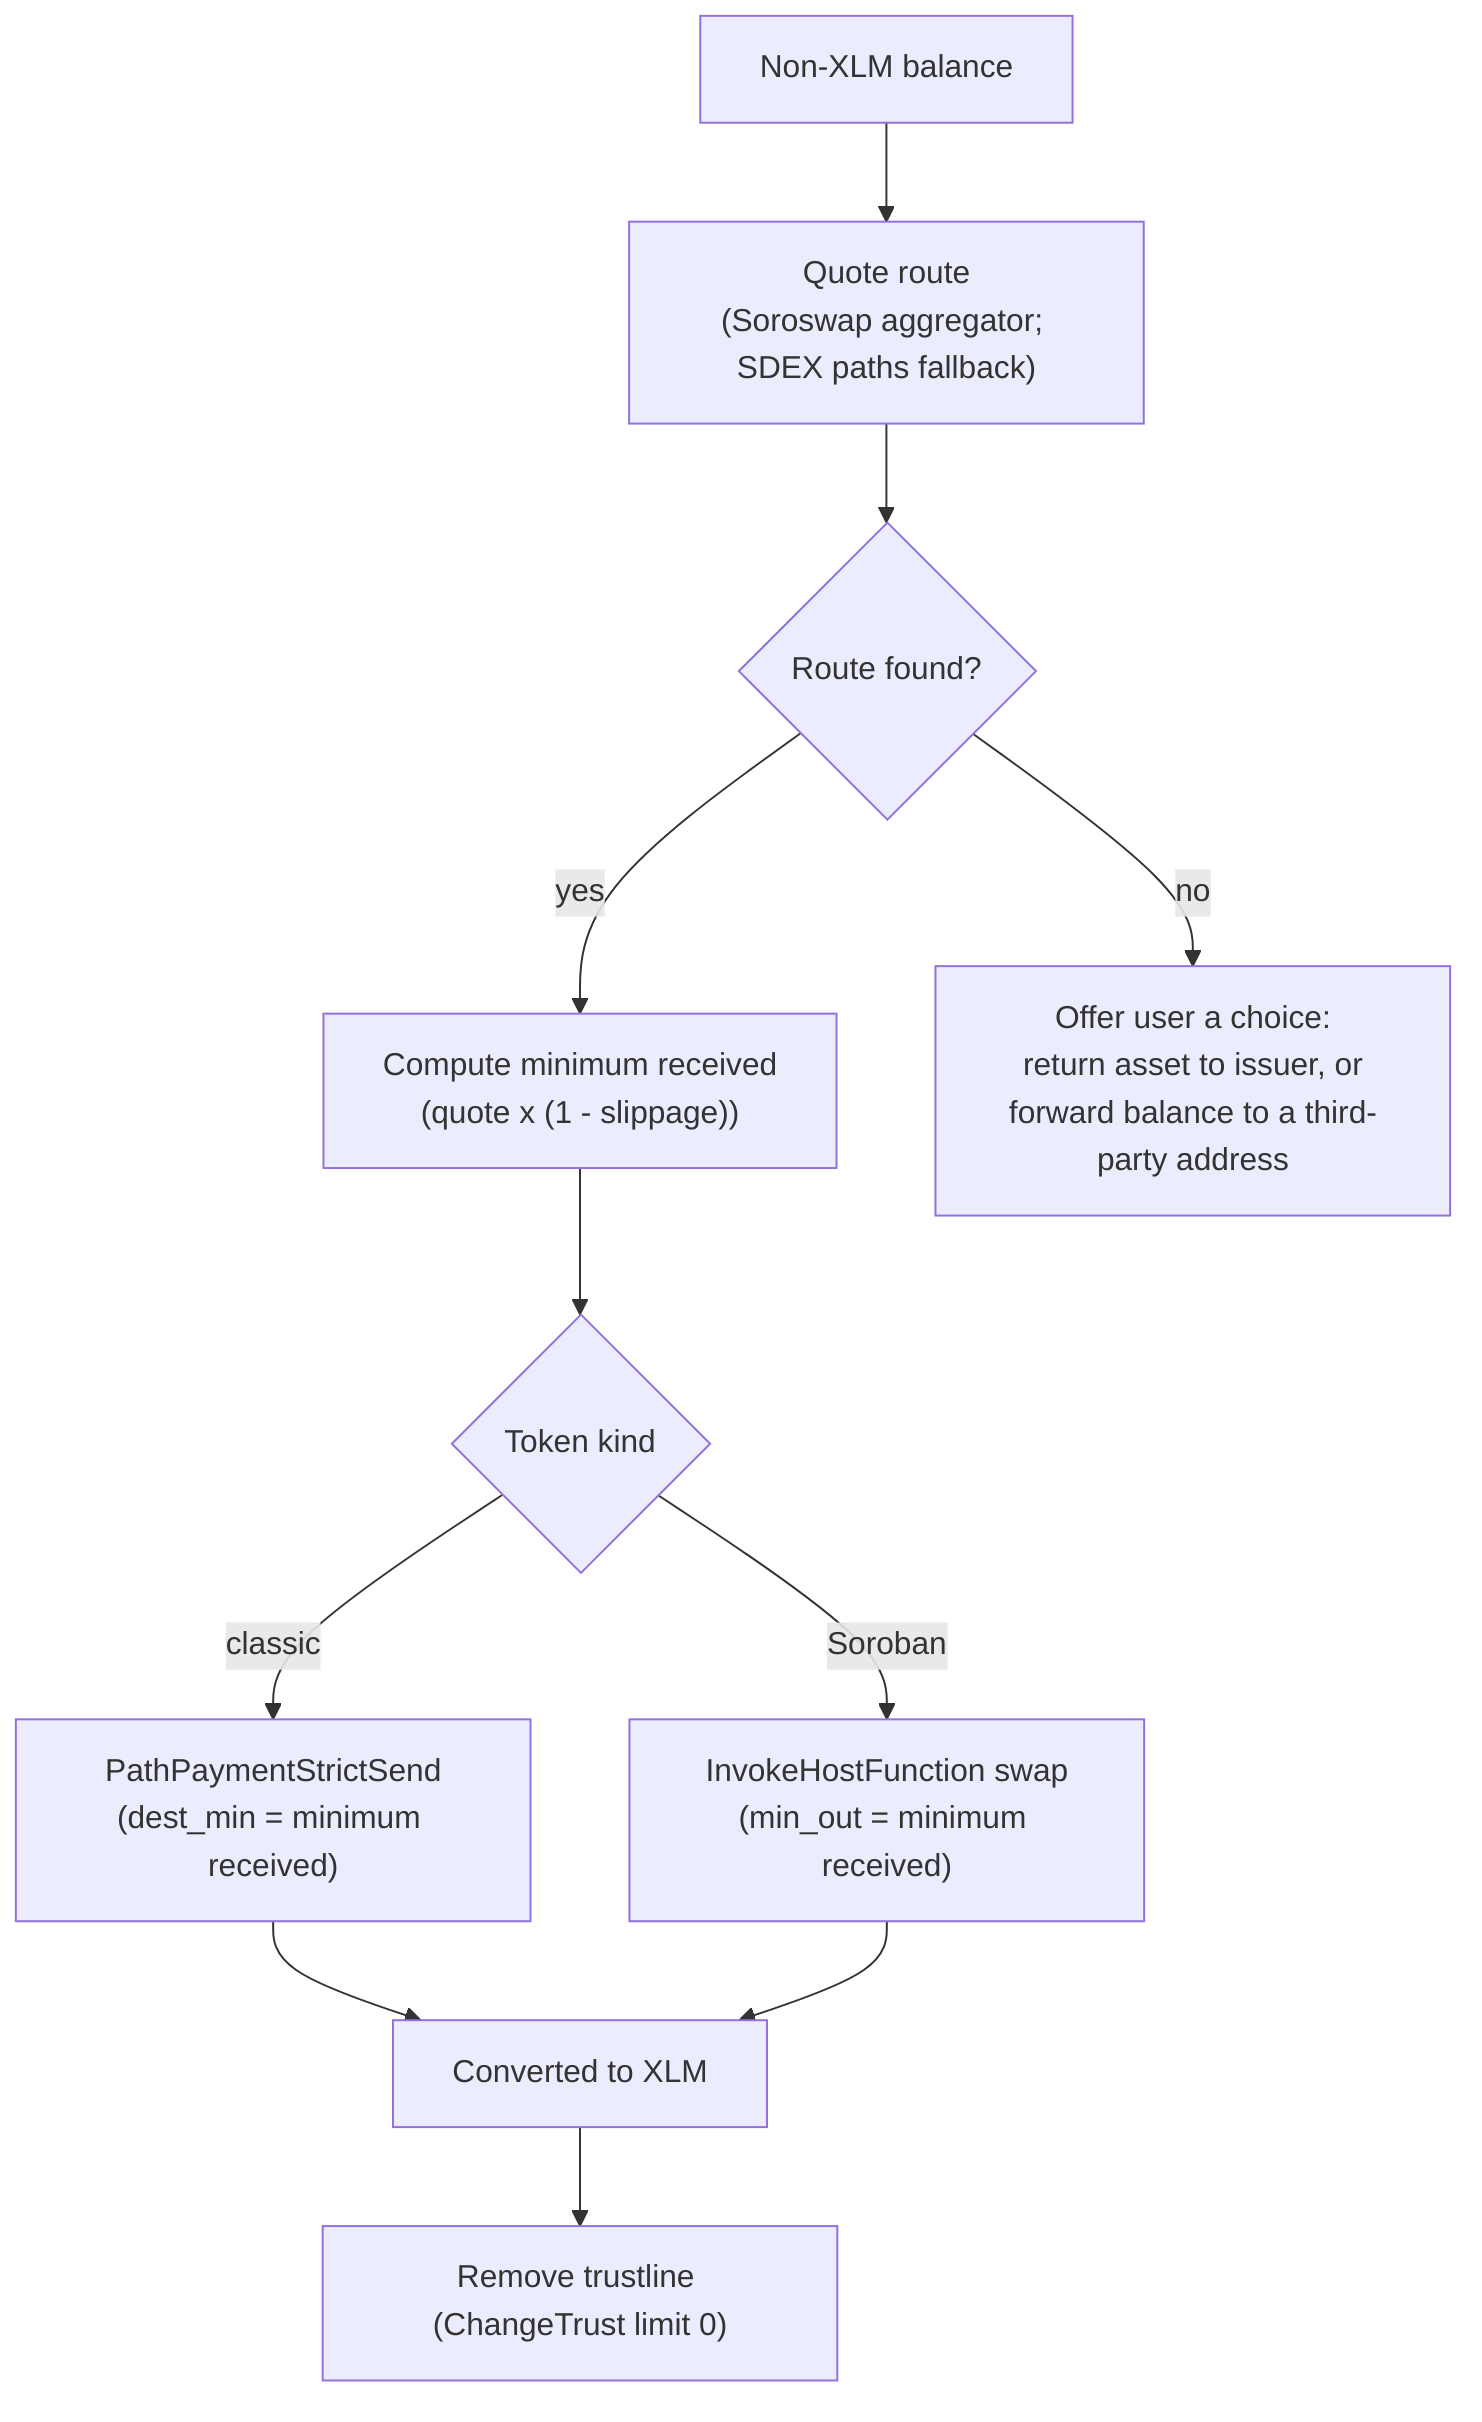
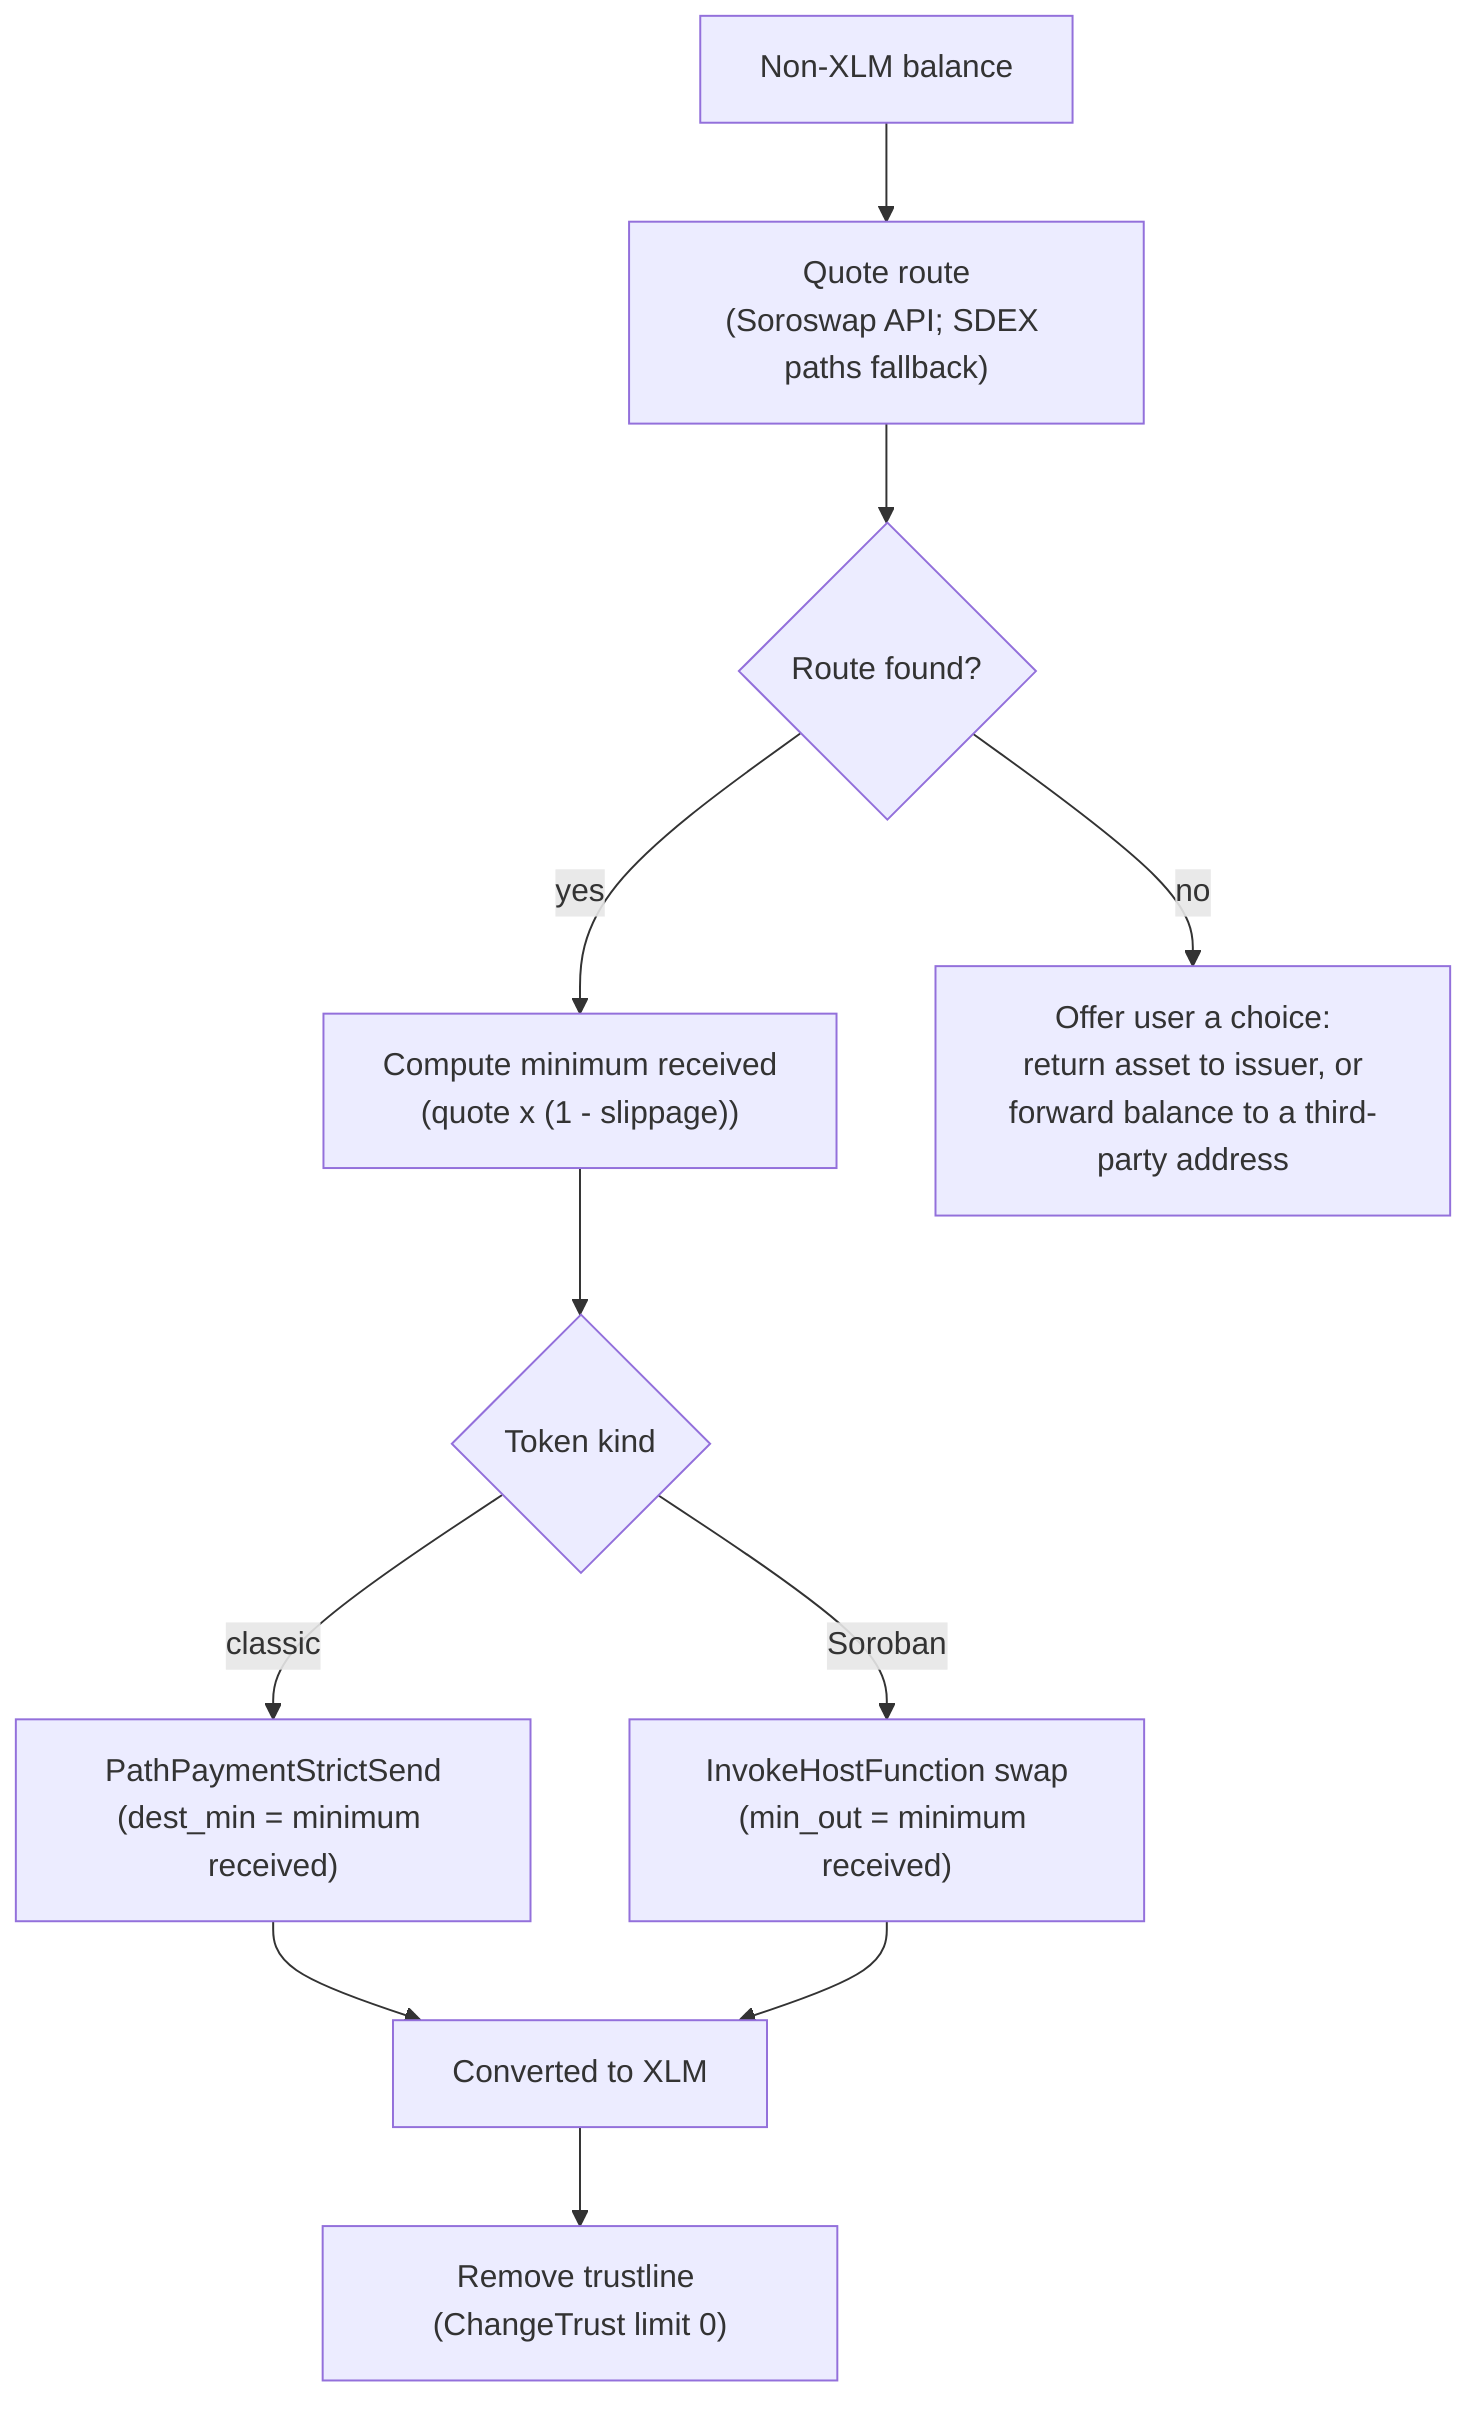
flowchart TD
-     asset["Non-XLM balance"] --> q["Quote route<br/>(Soroswap aggregator; SDEX paths fallback)"]
+     asset["Non-XLM balance"] --> q["Quote route<br/>(Soroswap API; SDEX paths fallback)"]
    q --> hasroute{"Route found?"}
    hasroute -->|"yes"| minrecv["Compute minimum received<br/>(quote x (1 - slippage))"]
    minrecv --> kind{"Token kind"}
    kind -->|"classic"| pp["PathPaymentStrictSend<br/>(dest_min = minimum received)"]
    kind -->|"Soroban"| inv["InvokeHostFunction swap<br/>(min_out = minimum received)"]
    pp --> conv["Converted to XLM"]
    inv --> conv
    hasroute -->|"no"| opt["Offer user a choice:<br/>return asset to issuer, or<br/>forward balance to a third-party address"]
    conv --> rm["Remove trustline (ChangeTrust limit 0)"]
